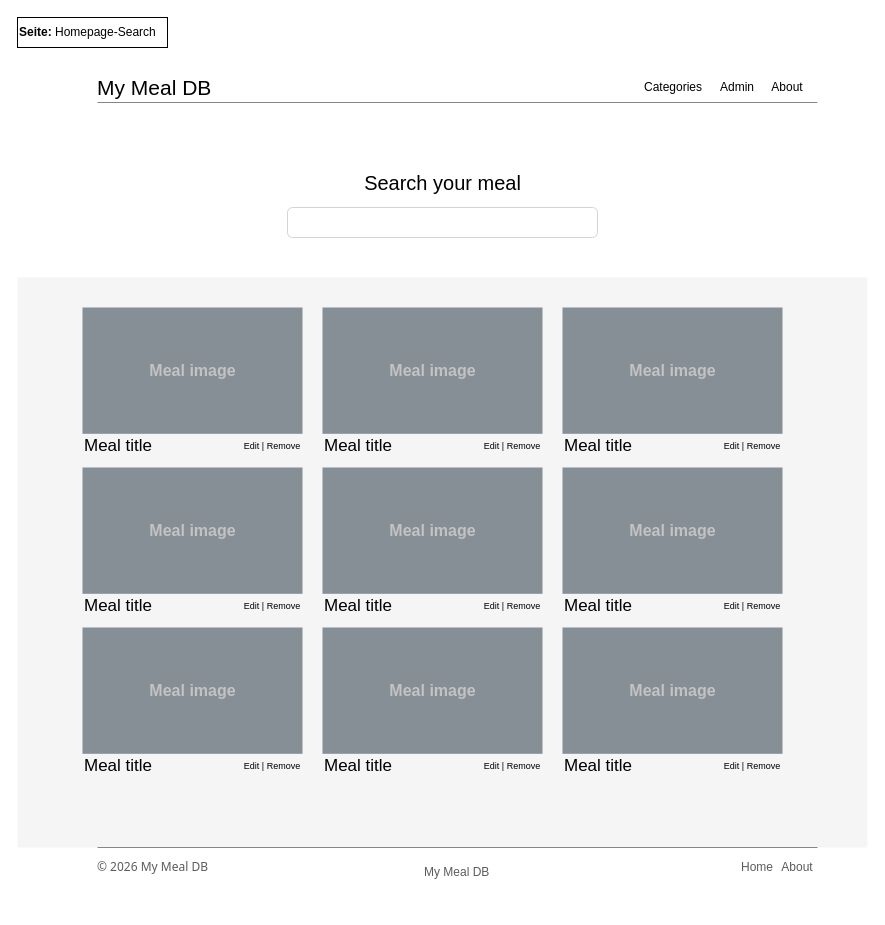
Before: page "Desktop:Search" (2 of 6) of Dokumentation/Bildschirme-der-my-meal-db.drawio in MAFernCosta/m294-mymealdb, a draw.io diagram. Source tidied: cells renumbered, new cells numbered last; positions are measured from the earlier drawing's top-left corner, leaving out a move shared by most shapes. Both pictures are drawn from the tidied source at 100%, with x=0, y=0 at pixel (17, 17).
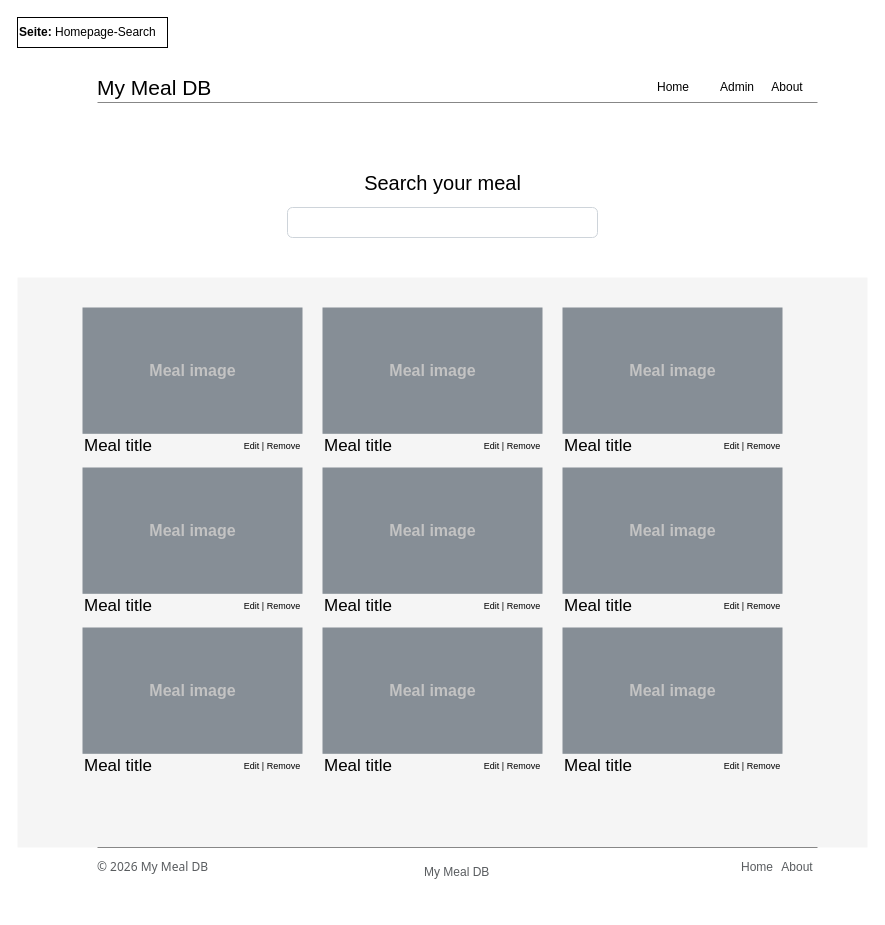
After the change.

The change refers to these unchanged cells:
```xml
<mxCell id="12" style="group;" parent="1" vertex="1">
  <mxGeometry y="40" width="850" height="45" as="geometry" />
</mxCell>
```

The edit, as a diff of the source:
```diff
@@
-    <mxCell id="16" value="Categories" style="text;html=1;align=center;verticalAlign=middle;whiteSpace=wrap;rounded=0;" parent="12" vertex="1">
+    <mxCell id="16" value="Home" style="text;html=1;align=center;verticalAlign=middle;whiteSpace=wrap;rounded=0;" parent="12" vertex="1">
       <mxGeometry x="625.6" y="15" width="60" height="30" as="geometry" />
     </mxCell>
```
